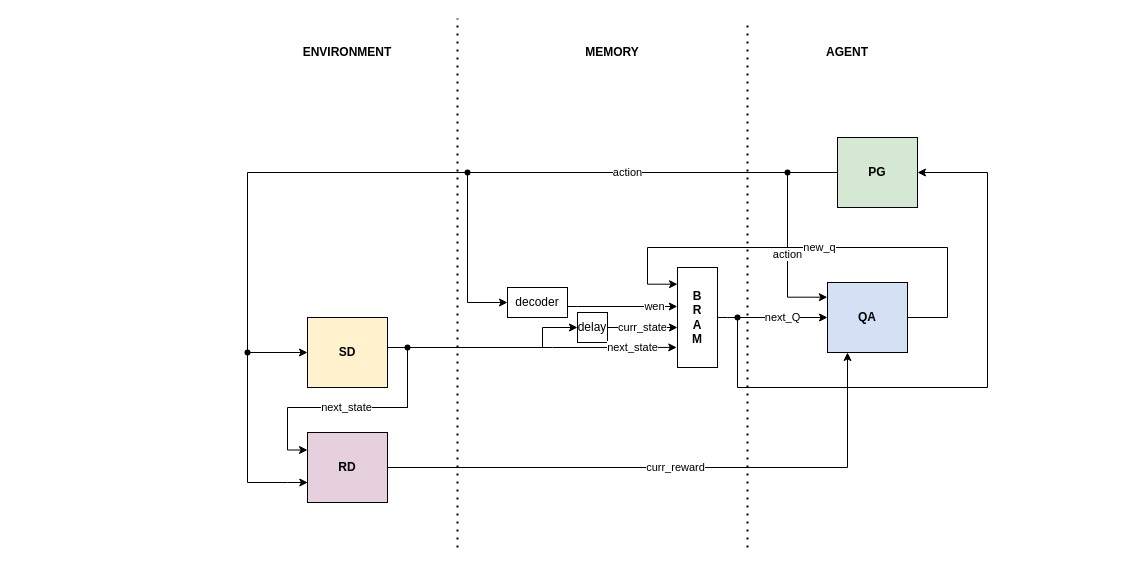
Earlier version of the draw.io diagram page "Sytem" (2 of 4) of intelight.drawio (zulfikarna/intelight). Source tidied: cells renumbered, new cells numbered last; positions are measured from the earlier drawing's top-left corner, leaving out a move shared by most shapes. Both pictures are drawn from the tidied source at 100%, with x=0, y=0 at pixel (227, 18).
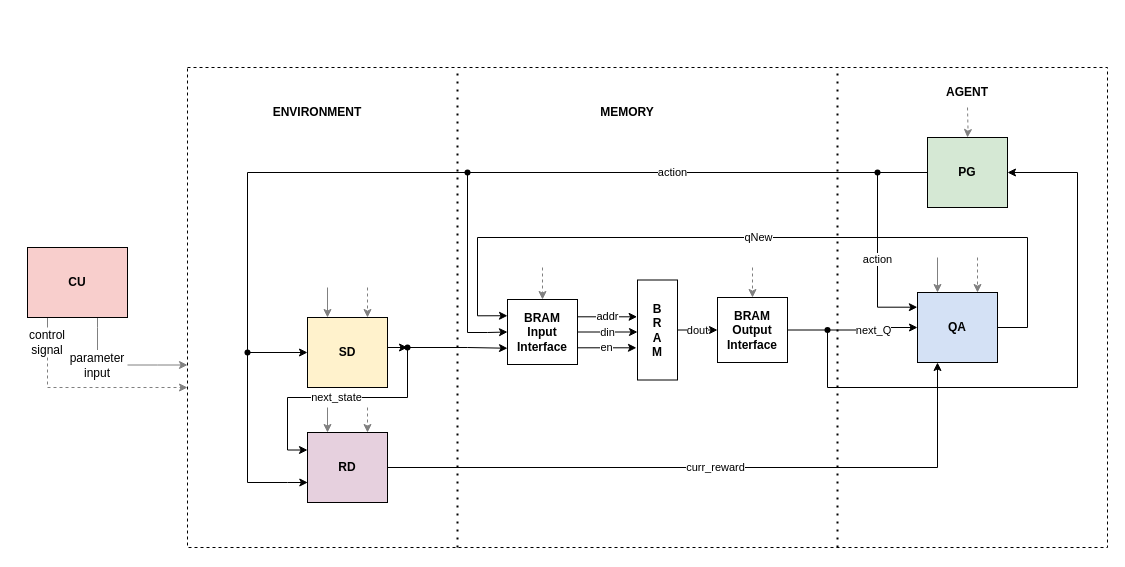
Above is the later version.

Unchanged cells that the change refers to:
```xml
<mxCell id="5" value="&lt;b&gt;SD&lt;/b&gt;" style="rounded=0;whiteSpace=wrap;html=1;fillColor=#FFF2CC;" parent="1" vertex="1">
  <mxGeometry x="80" y="299" width="80" height="70" as="geometry" />
</mxCell>
<mxCell id="7" value="&lt;b&gt;RD&lt;/b&gt;" style="rounded=0;whiteSpace=wrap;html=1;fillColor=#E6D0DE;" parent="1" vertex="1">
  <mxGeometry x="80" y="414" width="80" height="70" as="geometry" />
</mxCell>
<mxCell id="14" style="shape=waypoint;sketch=0;fillStyle=solid;size=6;points=[];fillColor=none;perimeter=centerPerimeter;snapToPoint=1;" parent="1" vertex="1">
  <mxGeometry x="220" y="134" width="40" height="40" as="geometry" />
</mxCell>
<mxCell id="23" style="shape=waypoint;sketch=0;fillStyle=solid;size=6;points=[];fillColor=none;perimeter=centerPerimeter;snapToPoint=1;" parent="1" vertex="1">
  <mxGeometry x="160" y="309" width="40" height="40" as="geometry" />
</mxCell>
```

What changed in the source:
```diff
@@
+    <mxCell id="38" style="rounded=0;whiteSpace=wrap;html=1;fillColor=none;dashed=1;" parent="1" vertex="1">
+      <mxGeometry x="-40" y="49" width="920" height="480" as="geometry" />
+    </mxCell>
@@
     <mxCell id="3" value="&lt;b&gt;PG&lt;/b&gt;" style="rounded=0;whiteSpace=wrap;html=1;fillColor=#D5E8D4;" parent="1" vertex="1">
-      <mxGeometry x="610" y="119" width="80" height="70" as="geometry" />
+      <mxGeometry x="700" y="119" width="80" height="70" as="geometry" />
     </mxCell>
     <mxCell id="4" value="next_state" style="edgeStyle=orthogonalEdgeStyle;rounded=0;jettySize=auto;html=1;entryX=0;entryY=0.25;entryDx=0;entryDy=0;startArrow=none;" parent="1" edge="1" source="23" target="7">
       <mxGeometry relative="1" as="geometry">
         <Array as="points">
-          <mxPoint x="60" y="389" />
+          <mxPoint x="180" y="379" />
+          <mxPoint x="60" y="379" />
           <mxPoint x="60" y="432" />
         </Array>
       </mxGeometry>
     </mxCell>
+    <mxCell id="24" style="edgeStyle=orthogonalEdgeStyle;rounded=0;jettySize=auto;html=1;" parent="1" edge="1" source="5" target="23">
+      <mxGeometry relative="1" as="geometry">
+        <Array as="points">
+          <mxPoint x="150" y="329" />
+          <mxPoint x="150" y="329" />
+        </Array>
+      </mxGeometry>
+    </mxCell>
@@
-    <mxCell id="8" value="new_q" style="edgeStyle=orthogonalEdgeStyle;rounded=0;jettySize=auto;html=1;entryX=0;entryY=0.167;entryDx=0;entryDy=0;entryPerimeter=0;" parent="1" edge="1" source="9" target="18">
-      <mxGeometry relative="1" as="geometry">
-        <Array as="points">
-          <mxPoint x="720" y="299" />
-          <mxPoint x="720" y="229" />
-          <mxPoint x="420" y="229" />
-          <mxPoint x="420" y="266" />
-        </Array>
-      </mxGeometry>
-    </mxCell>
+    <mxCell id="39" value="qNew" style="edgeStyle=orthogonalEdgeStyle;rounded=0;jettySize=auto;html=1;entryX=0;entryY=0.25;entryDx=0;entryDy=0;strokeColor=#000000;" parent="1" edge="1" source="9" target="50">
+      <mxGeometry relative="1" as="geometry">
+        <Array as="points">
+          <mxPoint x="800" y="309" />
+          <mxPoint x="800" y="219" />
+          <mxPoint x="250" y="219" />
+          <mxPoint x="250" y="297" />
+        </Array>
+      </mxGeometry>
+    </mxCell>
     <mxCell id="9" value="&lt;b&gt;QA&lt;/b&gt;" style="rounded=0;whiteSpace=wrap;html=1;fillColor=#D4E1F5;" parent="1" vertex="1">
-      <mxGeometry x="600" y="264" width="80" height="70" as="geometry" />
+      <mxGeometry x="690" y="274" width="80" height="70" as="geometry" />
     </mxCell>
-    <mxCell id="10" value="wen" style="edgeStyle=orthogonalEdgeStyle;rounded=0;jettySize=auto;html=1;entryX=-0.005;entryY=0.39;entryDx=0;entryDy=0;entryPerimeter=0;" parent="1" edge="1" source="11" target="18">
-      <mxGeometry x="0.59" relative="1" as="geometry">
-        <Array as="points">
-          <mxPoint x="350" y="288" />
-        </Array>
-      </mxGeometry>
-    </mxCell>
-    <mxCell id="11" value="decoder" style="rounded=0;whiteSpace=wrap;html=1;fillColor=#FFFFFF;" parent="1" vertex="1">
-      <mxGeometry x="280" y="269" width="60" height="30" as="geometry" />
-    </mxCell>
@@
-    <mxCell id="13" style="edgeStyle=orthogonalEdgeStyle;rounded=0;jettySize=auto;html=1;entryX=0;entryY=0.5;entryDx=0;entryDy=0;" parent="1" edge="1" source="14" target="11">
+    <mxCell id="13" style="edgeStyle=orthogonalEdgeStyle;rounded=0;jettySize=auto;html=1;entryX=0;entryY=0.5;entryDx=0;entryDy=0;" parent="1" edge="1" source="14" target="50">
       <mxGeometry relative="1" as="geometry">
         <Array as="points">
-          <mxPoint x="240" y="284" />
+          <mxPoint x="240" y="314" />
+          <mxPoint x="260" y="314" />
         </Array>
       </mxGeometry>
     </mxCell>
@@
+    <mxCell id="40" value="dout" style="edgeStyle=orthogonalEdgeStyle;rounded=0;jettySize=auto;html=1;entryX=0;entryY=0.5;entryDx=0;entryDy=0;strokeColor=#000000;" parent="1" edge="1" source="18" target="51">
+      <mxGeometry relative="1" as="geometry" />
+    </mxCell>
     <mxCell id="18" value="&lt;b&gt;B&lt;br&gt;R&lt;br&gt;A&lt;br&gt;M&lt;br&gt;&lt;/b&gt;" style="rounded=0;whiteSpace=wrap;html=1;fillColor=#FFFFFF;" parent="1" vertex="1">
-      <mxGeometry x="450" y="249" width="40" height="100" as="geometry" />
+      <mxGeometry x="410" y="261.5" width="40" height="100" as="geometry" />
     </mxCell>
-    <mxCell id="19" value="curr_state" style="edgeStyle=orthogonalEdgeStyle;rounded=0;jettySize=auto;html=1;entryX=0;entryY=0.6;entryDx=0;entryDy=0;entryPerimeter=0;" parent="1" edge="1" source="20" target="18">
-      <mxGeometry relative="1" as="geometry" />
-    </mxCell>
-    <mxCell id="20" value="delay" style="rounded=0;whiteSpace=wrap;html=1;fillColor=#FFFFFF;" parent="1" vertex="1">
-      <mxGeometry x="350" y="294" width="30" height="30" as="geometry" />
-    </mxCell>
-    <mxCell id="21" value="next_state" style="edgeStyle=orthogonalEdgeStyle;rounded=0;jettySize=auto;html=1;entryX=-0.019;entryY=0.799;entryDx=0;entryDy=0;entryPerimeter=0;" parent="1" edge="1" source="23" target="18">
-      <mxGeometry x="0.72" relative="1" as="geometry">
-        <mxPoint x="-7" as="offset" />
-      </mxGeometry>
-    </mxCell>
-    <mxCell id="22" style="edgeStyle=orthogonalEdgeStyle;rounded=0;jettySize=auto;html=1;" parent="1" edge="1" source="23" target="20">
-      <mxGeometry relative="1" as="geometry">
-        <Array as="points">
-          <mxPoint x="315" y="329" />
-          <mxPoint x="315" y="309" />
-        </Array>
-      </mxGeometry>
-    </mxCell>
+    <mxCell id="41" style="edgeStyle=orthogonalEdgeStyle;rounded=0;jettySize=auto;html=1;entryX=0;entryY=0.75;entryDx=0;entryDy=0;strokeColor=#000000;" parent="1" edge="1" source="23" target="50">
+      <mxGeometry relative="1" as="geometry" />
+    </mxCell>
@@
-    <mxCell id="24" style="edgeStyle=orthogonalEdgeStyle;rounded=0;jettySize=auto;html=1;entryDx=0;entryDy=0;endArrow=none;" parent="1" edge="1" source="5" target="23">
-      <mxGeometry relative="1" as="geometry">
-        <Array as="points">
-          <mxPoint x="180" y="329" />
-          <mxPoint x="180" y="389" />
-        </Array>
-      </mxGeometry>
-    </mxCell>
@@
     <mxCell id="27" value="action" style="edgeStyle=orthogonalEdgeStyle;rounded=0;jettySize=auto;html=1;entryX=-0.002;entryY=0.21;entryDx=0;entryDy=0;exitX=0.6;exitY=0.662;exitDx=0;exitDy=0;exitPerimeter=0;entryPerimeter=0;" parent="1" edge="1" source="36" target="9">
       <mxGeometry relative="1" as="geometry">
         <Array as="points">
-          <mxPoint x="560" y="279" />
-          <mxPoint x="600" y="279" />
+          <mxPoint x="650" y="289" />
+          <mxPoint x="690" y="289" />
         </Array>
       </mxGeometry>
     </mxCell>
     <mxCell id="28" style="endArrow=none;dashed=1;html=1;dashPattern=1 3;strokeWidth=2;rounded=0;" parent="1" edge="1">
       <mxGeometry relative="1" as="geometry">
-        <mxPoint x="520" y="529" as="sourcePoint" />
-        <mxPoint x="520" y="4" as="targetPoint" />
+        <mxPoint x="610" y="529" as="sourcePoint" />
+        <mxPoint x="610" y="49" as="targetPoint" />
       </mxGeometry>
     </mxCell>
     <mxCell id="29" style="endArrow=none;dashed=1;html=1;dashPattern=1 3;strokeWidth=2;rounded=0;" parent="1" edge="1">
       <mxGeometry relative="1" as="geometry">
         <mxPoint x="230" y="529" as="sourcePoint" />
-        <mxPoint x="230" y="-0.1" as="targetPoint" />
+        <mxPoint x="230" y="49" as="targetPoint" />
       </mxGeometry>
     </mxCell>
     <mxCell id="30" value="&lt;b&gt;ENVIRONMENT&lt;/b&gt;" style="text;html=1;strokeColor=none;fillColor=none;align=center;verticalAlign=middle;whiteSpace=wrap;rounded=0;" parent="1" vertex="1">
-      <mxGeometry x="90" y="19" width="60" height="30" as="geometry" />
+      <mxGeometry x="60" y="79" width="60" height="30" as="geometry" />
     </mxCell>
     <mxCell id="31" value="&lt;b&gt;MEMORY&lt;/b&gt;" style="text;html=1;strokeColor=none;fillColor=none;align=center;verticalAlign=middle;whiteSpace=wrap;rounded=0;" parent="1" vertex="1">
-      <mxGeometry x="355" y="19" width="60" height="30" as="geometry" />
+      <mxGeometry x="370" y="79" width="60" height="30" as="geometry" />
     </mxCell>
     <mxCell id="32" value="&lt;b&gt;AGENT&lt;/b&gt;" style="text;html=1;strokeColor=none;fillColor=none;align=center;verticalAlign=middle;whiteSpace=wrap;rounded=0;" parent="1" vertex="1">
-      <mxGeometry x="590" y="19" width="60" height="30" as="geometry" />
+      <mxGeometry x="710" y="59" width="60" height="30" as="geometry" />
     </mxCell>
     <mxCell id="33" style="edgeStyle=orthogonalEdgeStyle;rounded=0;jettySize=auto;html=1;entryX=1;entryY=0.5;entryDx=0;entryDy=0;" parent="1" edge="1" source="34" target="3">
       <mxGeometry relative="1" as="geometry">
         <Array as="points">
-          <mxPoint x="510" y="369" />
-          <mxPoint x="760" y="369" />
-          <mxPoint x="760" y="154" />
+          <mxPoint x="600" y="369" />
+          <mxPoint x="850" y="369" />
+          <mxPoint x="850" y="154" />
         </Array>
       </mxGeometry>
     </mxCell>
     <mxCell id="34" style="shape=waypoint;sketch=0;fillStyle=solid;size=6;points=[];fillColor=none;perimeter=centerPerimeter;snapToPoint=1;" parent="1" vertex="1">
-      <mxGeometry x="490" y="279" width="40" height="40" as="geometry" />
+      <mxGeometry x="580" y="291.5" width="40" height="40" as="geometry" />
     </mxCell>
-    <mxCell id="35" style="edgeStyle=orthogonalEdgeStyle;rounded=0;jettySize=auto;html=1;entryDx=0;entryDy=0;endArrow=none;" parent="1" edge="1" source="18" target="34">
+    <mxCell id="35" style="edgeStyle=orthogonalEdgeStyle;rounded=0;jettySize=auto;html=1;entryDx=0;entryDy=0;endArrow=none;startArrow=none;exitX=1;exitY=0.5;exitDx=0;exitDy=0;" parent="1" edge="1" source="51" target="34">
       <mxGeometry relative="1" as="geometry">
         <Array as="points">
-          <mxPoint x="500" y="299" />
-          <mxPoint x="500" y="299" />
+          <mxPoint x="600" y="312" />
         </Array>
       </mxGeometry>
     </mxCell>
     <mxCell id="36" style="shape=waypoint;sketch=0;fillStyle=solid;size=6;points=[];fillColor=none;perimeter=centerPerimeter;snapToPoint=1;" parent="1" vertex="1">
-      <mxGeometry x="540" y="134" width="40" height="40" as="geometry" />
+      <mxGeometry x="630" y="134" width="40" height="40" as="geometry" />
     </mxCell>
@@
+    <mxCell id="42" style="edgeStyle=orthogonalEdgeStyle;rounded=0;jettySize=auto;html=1;entryX=0.5;entryY=0;entryDx=0;entryDy=0;strokeColor=#808080;endArrow=none;exitX=0.25;exitY=1;exitDx=0;exitDy=0;" parent="1" edge="1" source="44" target="57">
+      <mxGeometry relative="1" as="geometry" />
+    </mxCell>
+    <mxCell id="43" style="edgeStyle=orthogonalEdgeStyle;rounded=0;jettySize=auto;html=1;strokeColor=#808080;endArrow=none;" parent="1" edge="1" source="44" target="59">
+      <mxGeometry relative="1" as="geometry">
+        <Array as="points">
+          <mxPoint x="-130" y="309" />
+          <mxPoint x="-130" y="309" />
+        </Array>
+      </mxGeometry>
+    </mxCell>
+    <mxCell id="44" value="&lt;b&gt;CU&lt;/b&gt;" style="rounded=0;whiteSpace=wrap;html=1;fillColor=#F8CECC;" parent="1" vertex="1">
+      <mxGeometry x="-200" y="229" width="100" height="70" as="geometry" />
+    </mxCell>
+    <mxCell id="45" style="edgeStyle=orthogonalEdgeStyle;rounded=0;jettySize=auto;html=1;entryX=0.25;entryY=0;entryDx=0;entryDy=0;strokeColor=#808080;" parent="1" edge="1" target="5">
+      <mxGeometry relative="1" as="geometry">
+        <mxPoint x="100" y="269" as="sourcePoint" />
+      </mxGeometry>
+    </mxCell>
+    <mxCell id="46" style="edgeStyle=orthogonalEdgeStyle;rounded=0;jettySize=auto;html=1;entryX=0.25;entryY=0;entryDx=0;entryDy=0;strokeColor=#808080;" parent="1" edge="1" target="7">
+      <mxGeometry x="-0.27" relative="1" as="geometry">
+        <mxPoint x="100" y="389" as="sourcePoint" />
+      </mxGeometry>
+    </mxCell>
+    <mxCell id="47" value="din" style="edgeStyle=orthogonalEdgeStyle;rounded=0;jettySize=auto;html=1;entryX=0;entryY=0.52;entryDx=0;entryDy=0;entryPerimeter=0;strokeColor=#000000;" parent="1" edge="1" source="50" target="18">
+      <mxGeometry relative="1" as="geometry" />
+    </mxCell>
+    <mxCell id="48" value="addr" style="edgeStyle=orthogonalEdgeStyle;rounded=0;jettySize=auto;html=1;entryX=-0.01;entryY=0.368;entryDx=0;entryDy=0;entryPerimeter=0;strokeColor=#000000;" parent="1" edge="1" source="50" target="18">
+      <mxGeometry relative="1" as="geometry">
+        <Array as="points">
+          <mxPoint x="375" y="299" />
+        </Array>
+      </mxGeometry>
+    </mxCell>
+    <mxCell id="49" value="en" style="edgeStyle=orthogonalEdgeStyle;rounded=0;jettySize=auto;html=1;entryX=-0.026;entryY=0.678;entryDx=0;entryDy=0;entryPerimeter=0;strokeColor=#000000;" parent="1" edge="1" source="50" target="18">
+      <mxGeometry relative="1" as="geometry">
+        <Array as="points">
+          <mxPoint x="375" y="329" />
+        </Array>
+      </mxGeometry>
+    </mxCell>
+    <mxCell id="50" value="&lt;b&gt;BRAM Input Interface&lt;br&gt;&lt;/b&gt;" style="rounded=0;whiteSpace=wrap;html=1;fillColor=#FFFFFF;" parent="1" vertex="1">
+      <mxGeometry x="280" y="281" width="70" height="65" as="geometry" />
+    </mxCell>
+    <mxCell id="51" value="&lt;b&gt;BRAM Output Interface&lt;br&gt;&lt;/b&gt;" style="rounded=0;whiteSpace=wrap;html=1;fillColor=#FFFFFF;" parent="1" vertex="1">
+      <mxGeometry x="490" y="279" width="70" height="65" as="geometry" />
+    </mxCell>
+    <mxCell id="52" style="edgeStyle=orthogonalEdgeStyle;rounded=0;jettySize=auto;html=1;entryX=0.5;entryY=0;entryDx=0;entryDy=0;strokeColor=#808080;dashed=1;" parent="1" edge="1" target="50">
+      <mxGeometry relative="1" as="geometry">
+        <mxPoint x="315" y="249" as="sourcePoint" />
+      </mxGeometry>
+    </mxCell>
+    <mxCell id="53" style="edgeStyle=orthogonalEdgeStyle;rounded=0;jettySize=auto;html=1;entryX=0.5;entryY=0;entryDx=0;entryDy=0;strokeColor=#808080;dashed=1;" parent="1" edge="1" target="51">
+      <mxGeometry relative="1" as="geometry">
+        <mxPoint x="525" y="249" as="sourcePoint" />
+      </mxGeometry>
+    </mxCell>
+    <mxCell id="54" style="edgeStyle=orthogonalEdgeStyle;rounded=0;jettySize=auto;html=1;strokeColor=#808080;entryX=0.25;entryY=0;entryDx=0;entryDy=0;" parent="1" edge="1" target="9">
+      <mxGeometry relative="1" as="geometry">
+        <mxPoint x="710" y="239" as="sourcePoint" />
+      </mxGeometry>
+    </mxCell>
+    <mxCell id="55" style="edgeStyle=orthogonalEdgeStyle;rounded=0;jettySize=auto;html=1;strokeColor=#808080;dashed=1;" parent="1" edge="1" target="3">
+      <mxGeometry relative="1" as="geometry">
+        <mxPoint x="740" y="89" as="sourcePoint" />
+      </mxGeometry>
+    </mxCell>
+    <mxCell id="56" style="edgeStyle=orthogonalEdgeStyle;rounded=0;jettySize=auto;html=1;strokeColor=#808080;dashed=1;exitX=0.5;exitY=1;exitDx=0;exitDy=0;" parent="1" edge="1" source="57">
+      <mxGeometry relative="1" as="geometry">
+        <mxPoint x="-40" y="369" as="targetPoint" />
+        <Array as="points">
+          <mxPoint x="-180" y="369" />
+        </Array>
+      </mxGeometry>
+    </mxCell>
+    <mxCell id="57" value="control signal" style="text;html=1;strokeColor=none;fillColor=none;align=center;verticalAlign=middle;whiteSpace=wrap;rounded=0;" parent="1" vertex="1">
+      <mxGeometry x="-210" y="309" width="60" height="30" as="geometry" />
+    </mxCell>
+    <mxCell id="58" style="edgeStyle=orthogonalEdgeStyle;rounded=0;jettySize=auto;html=1;strokeColor=#808080;" parent="1" edge="1" source="59">
+      <mxGeometry relative="1" as="geometry">
+        <mxPoint x="-40" y="346.5" as="targetPoint" />
+      </mxGeometry>
+    </mxCell>
+    <mxCell id="59" value="parameter input" style="text;html=1;strokeColor=none;fillColor=none;align=center;verticalAlign=middle;whiteSpace=wrap;rounded=0;" parent="1" vertex="1">
+      <mxGeometry x="-160" y="331.5" width="60" height="30" as="geometry" />
+    </mxCell>
+    <mxCell id="60" style="edgeStyle=orthogonalEdgeStyle;rounded=0;jettySize=auto;html=1;entryX=0.75;entryY=0;entryDx=0;entryDy=0;strokeColor=#808080;dashed=1;" parent="1" edge="1" target="5">
+      <mxGeometry relative="1" as="geometry">
+        <mxPoint x="140" y="269" as="sourcePoint" />
+      </mxGeometry>
+    </mxCell>
+    <mxCell id="61" style="edgeStyle=orthogonalEdgeStyle;rounded=0;jettySize=auto;html=1;entryX=0.75;entryY=0;entryDx=0;entryDy=0;strokeColor=#808080;dashed=1;" parent="1" edge="1" target="7">
+      <mxGeometry relative="1" as="geometry">
+        <mxPoint x="140" y="389" as="sourcePoint" />
+      </mxGeometry>
+    </mxCell>
+    <mxCell id="62" style="edgeStyle=orthogonalEdgeStyle;rounded=0;jettySize=auto;html=1;strokeColor=#808080;entryX=0.75;entryY=0;entryDx=0;entryDy=0;dashed=1;" parent="1" edge="1" target="9">
+      <mxGeometry relative="1" as="geometry">
+        <mxPoint x="750" y="239" as="sourcePoint" />
+      </mxGeometry>
+    </mxCell>
```
